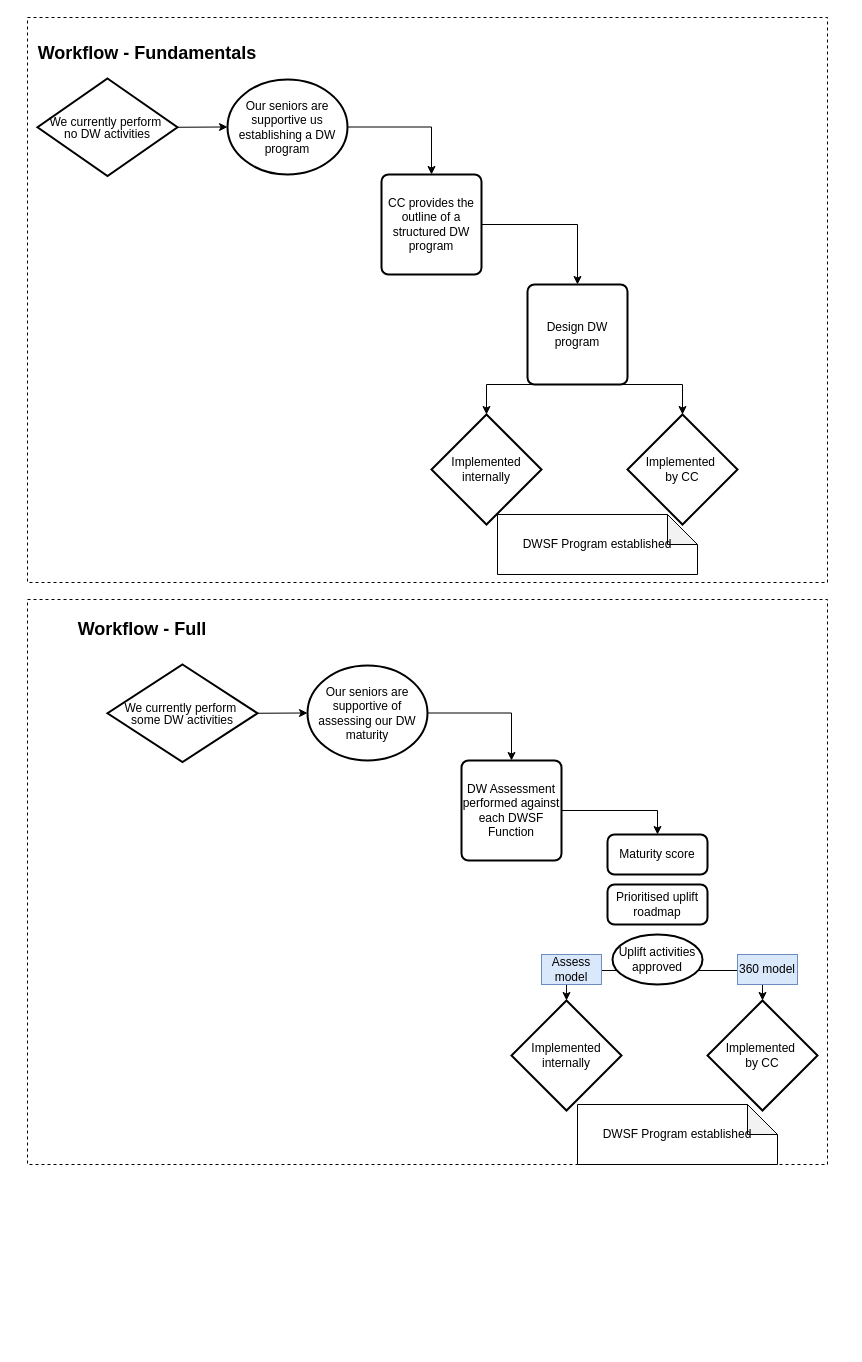
The draw.io diagram Untitled Diagram.drawio in wondarider/DWSF, before the edit. Source tidied: cells renumbered, new cells numbered last; positions are measured from the earlier drawing's top-left corner, leaving out a move shared by most shapes. Both pictures are drawn from the tidied source at 100%, with x=0, y=0 at pixel (17, 17).
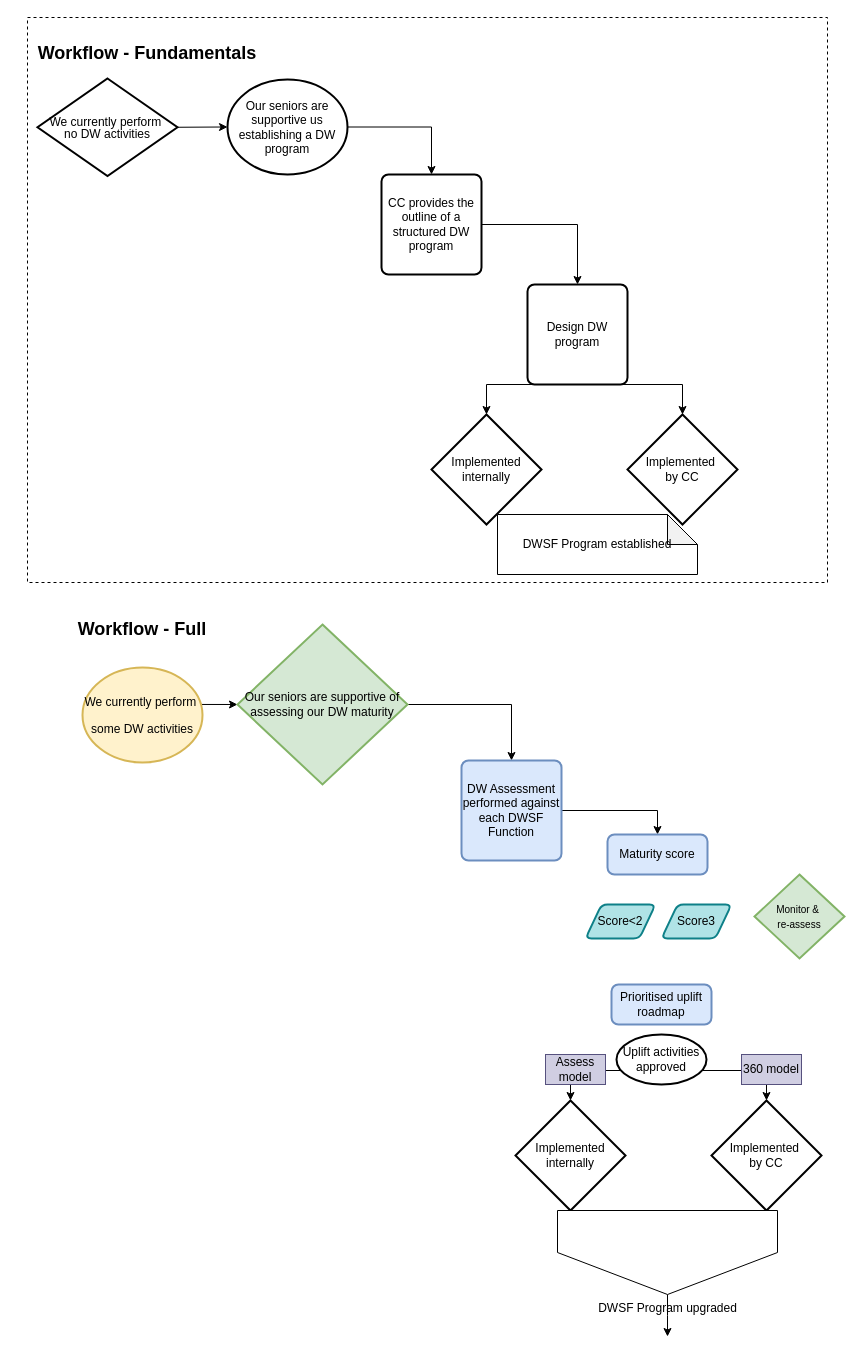
Above is the later version.

Change to the diagram source:
```diff
@@
-    <mxCell id="3" style="rounded=0;whiteSpace=wrap;html=1;fillColor=none;dashed=1;" parent="1" vertex="1">
-      <mxGeometry x="10" y="582" width="800" height="565" as="geometry" />
-    </mxCell>
@@
-    <mxCell id="15" value="&lt;div style=&quot;line-height: 0%;&quot;&gt;&lt;p&gt;&lt;font face=&quot;Graphik&quot;&gt;We currently perform&amp;nbsp;&lt;/font&gt;&lt;/p&gt;&lt;p&gt;&lt;font face=&quot;Graphik&quot;&gt;some DW activities&lt;/font&gt;&lt;/p&gt;&lt;/div&gt;" style="strokeWidth=2;html=1;shape=mxgraph.flowchart.decision;whiteSpace=wrap;" parent="1" vertex="1">
-      <mxGeometry x="90" y="647" width="150" height="97.5" as="geometry" />
-    </mxCell>
-    <mxCell id="16" style="edgeStyle=orthogonalEdgeStyle;rounded=0;jettySize=auto;html=1;exitX=1;exitY=0.5;exitDx=0;exitDy=0;exitPerimeter=0;entryX=0.5;entryY=0;entryDx=0;entryDy=0;" parent="1" edge="1" source="17" target="19">
+    <mxCell id="16" style="edgeStyle=orthogonalEdgeStyle;rounded=0;jettySize=auto;html=1;entryX=0.5;entryY=0;entryDx=0;entryDy=0;" parent="1" edge="1" source="17" target="19">
       <mxGeometry relative="1" as="geometry" />
     </mxCell>
-    <mxCell id="17" value="&lt;p&gt;&lt;font face=&quot;Graphik&quot;&gt;Our seniors are supportive of assessing our DW maturity&lt;/font&gt;&lt;/p&gt;" style="strokeWidth=2;html=1;shape=mxgraph.flowchart.start_1;whiteSpace=wrap;" parent="1" vertex="1">
-      <mxGeometry x="290" y="648" width="120" height="95" as="geometry" />
-    </mxCell>
@@
-    <mxCell id="19" value="&lt;p&gt;&lt;font face=&quot;Graphik&quot;&gt;DW Assessment performed against each DWSF Function&lt;/font&gt;&lt;/p&gt;" style="rounded=1;whiteSpace=wrap;html=1;absoluteArcSize=1;arcSize=14;strokeWidth=2;" parent="1" vertex="1">
+    <mxCell id="19" value="&lt;p&gt;&lt;font face=&quot;Graphik&quot;&gt;DW Assessment performed against each DWSF Function&lt;/font&gt;&lt;/p&gt;" style="rounded=1;whiteSpace=wrap;html=1;absoluteArcSize=1;arcSize=14;strokeWidth=2;fillColor=#dae8fc;strokeColor=#6c8ebf;" parent="1" vertex="1">
       <mxGeometry x="444" y="743" width="100" height="100" as="geometry" />
     </mxCell>
     <mxCell id="20" value="&lt;span style=&quot;caret-color: rgb(0, 0, 0); color: rgb(0, 0, 0); font-size: 12px; font-style: normal; font-variant-caps: normal; font-weight: 400; letter-spacing: normal; text-align: center; text-indent: 0px; text-transform: none; white-space: normal; word-spacing: 0px; -webkit-text-stroke-width: 0px; text-decoration: none; float: none; display: inline !important;&quot;&gt;Implemented internally&lt;/span&gt;" style="strokeWidth=2;html=1;shape=mxgraph.flowchart.decision;whiteSpace=wrap;fontFamily=Graphik;" parent="1" vertex="1">
-      <mxGeometry x="494" y="983" width="110" height="110" as="geometry" />
+      <mxGeometry x="498" y="1083" width="110" height="110" as="geometry" />
     </mxCell>
-    <mxCell id="21" value="&lt;span style=&quot;caret-color: rgb(0, 0, 0); color: rgb(0, 0, 0); font-family: Graphik; font-size: 12px; font-style: normal; font-variant-caps: normal; font-weight: 400; letter-spacing: normal; text-align: center; text-indent: 0px; text-transform: none; white-space: normal; word-spacing: 0px; -webkit-text-stroke-width: 0px; text-decoration: none; float: none; display: inline !important;&quot;&gt;Maturity score&lt;/span&gt;" style="rounded=1;whiteSpace=wrap;html=1;absoluteArcSize=1;arcSize=14;strokeWidth=2;" parent="1" vertex="1">
+    <mxCell id="21" value="&lt;span style=&quot;caret-color: rgb(0, 0, 0); color: rgb(0, 0, 0); font-family: Graphik; font-size: 12px; font-style: normal; font-variant-caps: normal; font-weight: 400; letter-spacing: normal; text-align: center; text-indent: 0px; text-transform: none; white-space: normal; word-spacing: 0px; -webkit-text-stroke-width: 0px; text-decoration: none; float: none; display: inline !important;&quot;&gt;Maturity score&lt;/span&gt;" style="rounded=1;whiteSpace=wrap;html=1;absoluteArcSize=1;arcSize=14;strokeWidth=2;fillColor=#dae8fc;strokeColor=#6c8ebf;" parent="1" vertex="1">
       <mxGeometry x="590" y="817" width="100" height="40" as="geometry" />
     </mxCell>
     <mxCell id="22" value="&lt;span style=&quot;caret-color: rgb(0, 0, 0); color: rgb(0, 0, 0); font-size: 12px; font-style: normal; font-variant-caps: normal; font-weight: 400; letter-spacing: normal; text-align: center; text-indent: 0px; text-transform: none; white-space: normal; word-spacing: 0px; -webkit-text-stroke-width: 0px; text-decoration: none; float: none; display: inline !important;&quot;&gt;Implemented&amp;nbsp;&lt;/span&gt;&lt;div&gt;&lt;span style=&quot;caret-color: rgb(0, 0, 0); color: rgb(0, 0, 0); font-size: 12px; font-style: normal; font-variant-caps: normal; font-weight: 400; letter-spacing: normal; text-align: center; text-indent: 0px; text-transform: none; white-space: normal; word-spacing: 0px; -webkit-text-stroke-width: 0px; text-decoration: none; float: none; display: inline !important;&quot;&gt;by CC&lt;/span&gt;&lt;/div&gt;" style="strokeWidth=2;html=1;shape=mxgraph.flowchart.decision;whiteSpace=wrap;fontFamily=Graphik;" parent="1" vertex="1">
-      <mxGeometry x="690" y="983" width="110" height="110" as="geometry" />
+      <mxGeometry x="694" y="1083" width="110" height="110" as="geometry" />
     </mxCell>
-    <mxCell id="23" style="edgeStyle=none;rounded=0;jettySize=auto;html=1;exitX=1;exitY=0.5;exitDx=0;exitDy=0;exitPerimeter=0;entryX=0;entryY=0.5;entryDx=0;entryDy=0;entryPerimeter=0;" parent="1" edge="1" source="15" target="17">
+    <mxCell id="23" style="edgeStyle=none;rounded=0;jettySize=auto;html=1;exitX=0.983;exitY=0.389;exitDx=0;exitDy=0;exitPerimeter=0;entryX=0;entryY=0.5;entryDx=0;entryDy=0;entryPerimeter=0;" parent="1" edge="1" source="15" target="17">
       <mxGeometry relative="1" as="geometry" />
     </mxCell>
     <mxCell id="24" style="edgeStyle=orthogonalEdgeStyle;rounded=0;jettySize=auto;html=1;exitX=0.5;exitY=0;exitDx=0;exitDy=0;entryX=0.5;entryY=0;entryDx=0;entryDy=0;entryPerimeter=0;exitPerimeter=0;startArrow=classic;startFill=1;" parent="1" edge="1" source="28" target="20">
       <mxGeometry relative="1" as="geometry">
         <Array as="points">
-          <mxPoint x="549" y="953" />
+          <mxPoint x="553" y="1053" />
         </Array>
       </mxGeometry>
     </mxCell>
@@
-    <mxCell id="26" value="&lt;span style=&quot;caret-color: rgb(0, 0, 0); color: rgb(0, 0, 0); font-family: Graphik; font-size: 12px; font-style: normal; font-variant-caps: normal; font-weight: 400; letter-spacing: normal; text-align: center; text-indent: 0px; text-transform: none; white-space: normal; word-spacing: 0px; -webkit-text-stroke-width: 0px; text-decoration: none; float: none; display: inline !important;&quot;&gt;Prioritised uplift roadmap&lt;/span&gt;" style="rounded=1;whiteSpace=wrap;html=1;absoluteArcSize=1;arcSize=14;strokeWidth=2;" parent="1" vertex="1">
-      <mxGeometry x="590" y="867" width="100" height="40" as="geometry" />
+    <mxCell id="26" value="&lt;span style=&quot;caret-color: rgb(0, 0, 0); color: rgb(0, 0, 0); font-family: Graphik; font-size: 12px; font-style: normal; font-variant-caps: normal; font-weight: 400; letter-spacing: normal; text-align: center; text-indent: 0px; text-transform: none; white-space: normal; word-spacing: 0px; -webkit-text-stroke-width: 0px; text-decoration: none; float: none; display: inline !important;&quot;&gt;Prioritised uplift roadmap&lt;/span&gt;" style="rounded=1;whiteSpace=wrap;html=1;absoluteArcSize=1;arcSize=14;strokeWidth=2;fillColor=#dae8fc;strokeColor=#6c8ebf;" parent="1" vertex="1">
+      <mxGeometry x="594" y="967" width="100" height="40" as="geometry" />
     </mxCell>
     <mxCell id="27" style="edgeStyle=orthogonalEdgeStyle;rounded=0;jettySize=auto;html=1;exitX=0.5;exitY=0;exitDx=0;exitDy=0;entryX=0.5;entryY=0;entryDx=0;entryDy=0;entryPerimeter=0;exitPerimeter=0;startArrow=classic;startFill=1;" parent="1" edge="1" source="22" target="28">
       <mxGeometry relative="1" as="geometry">
         <Array as="points">
-          <mxPoint x="745" y="953" />
+          <mxPoint x="749" y="1053" />
         </Array>
       </mxGeometry>
     </mxCell>
     <mxCell id="28" value="&lt;p&gt;&lt;font face=&quot;Graphik&quot;&gt;Uplift activities approved&lt;/font&gt;&lt;/p&gt;" style="strokeWidth=2;html=1;shape=mxgraph.flowchart.start_1;whiteSpace=wrap;" parent="1" vertex="1">
-      <mxGeometry x="595" y="917" width="90" height="50" as="geometry" />
+      <mxGeometry x="599" y="1017" width="90" height="50" as="geometry" />
     </mxCell>
@@
-    <mxCell id="30" value="&lt;p&gt;&lt;font face=&quot;Graphik&quot;&gt;DWSF Program established&lt;/font&gt;&lt;/p&gt;" style="shape=note;whiteSpace=wrap;html=1;backgroundOutline=1;darkOpacity=0.05;" parent="1" vertex="1">
-      <mxGeometry x="560" y="1087" width="200" height="60" as="geometry" />
-    </mxCell>
-    <mxCell id="31" value="&lt;p&gt;&lt;font face=&quot;Graphik&quot;&gt;Assess model&lt;/font&gt;&lt;/p&gt;" style="text;html=1;whiteSpace=wrap;strokeColor=#6c8ebf;fillColor=#dae8fc;align=center;verticalAlign=middle;rounded=0;" parent="1" vertex="1">
-      <mxGeometry x="524" y="937" width="60" height="30" as="geometry" />
+    <mxCell id="31" value="&lt;p&gt;&lt;font face=&quot;Graphik&quot;&gt;Assess model&lt;/font&gt;&lt;/p&gt;" style="text;html=1;whiteSpace=wrap;strokeColor=#56517e;fillColor=#d0cee2;align=center;verticalAlign=middle;rounded=0;" parent="1" vertex="1">
+      <mxGeometry x="528" y="1037" width="60" height="30" as="geometry" />
     </mxCell>
-    <mxCell id="32" value="&lt;p&gt;&lt;font face=&quot;Graphik&quot;&gt;360 model&lt;/font&gt;&lt;/p&gt;" style="text;html=1;whiteSpace=wrap;strokeColor=#6c8ebf;fillColor=#dae8fc;align=center;verticalAlign=middle;rounded=0;" parent="1" vertex="1">
-      <mxGeometry x="720" y="937" width="60" height="30" as="geometry" />
+    <mxCell id="32" value="&lt;p&gt;&lt;font face=&quot;Graphik&quot;&gt;360 model&lt;/font&gt;&lt;/p&gt;" style="text;html=1;whiteSpace=wrap;strokeColor=#56517e;fillColor=#d0cee2;align=center;verticalAlign=middle;rounded=0;" parent="1" vertex="1">
+      <mxGeometry x="724" y="1037" width="60" height="30" as="geometry" />
     </mxCell>
+    <mxCell id="33" value="&lt;font face=&quot;Graphik&quot;&gt;Score3&lt;/font&gt;" style="shape=parallelogram;html=1;strokeWidth=2;perimeter=parallelogramPerimeter;whiteSpace=wrap;rounded=1;arcSize=12;size=0.23;fillColor=#b0e3e6;strokeColor=#0e8088;" parent="1" vertex="1">
+      <mxGeometry x="644" y="887" width="70" height="34" as="geometry" />
+    </mxCell>
+    <mxCell id="34" value="&lt;font face=&quot;Graphik&quot; style=&quot;font-size: 10px;&quot;&gt;Monitor &amp;amp;&amp;nbsp;&lt;/font&gt;&lt;div&gt;&lt;font face=&quot;Graphik&quot; style=&quot;font-size: 10px;&quot;&gt;re-assess&lt;/font&gt;&lt;/div&gt;" style="strokeWidth=2;html=1;shape=mxgraph.flowchart.decision;whiteSpace=wrap;fillColor=#d5e8d4;strokeColor=#82b366;" parent="1" vertex="1">
+      <mxGeometry x="737" y="857" width="90" height="84" as="geometry" />
+    </mxCell>
+    <mxCell id="35" value="&lt;font face=&quot;Graphik&quot;&gt;Score&amp;lt;2&lt;/font&gt;" style="shape=parallelogram;html=1;strokeWidth=2;perimeter=parallelogramPerimeter;whiteSpace=wrap;rounded=1;arcSize=12;size=0.23;fillColor=#b0e3e6;strokeColor=#0e8088;" parent="1" vertex="1">
+      <mxGeometry x="568" y="887" width="70" height="34" as="geometry" />
+    </mxCell>
+    <mxCell id="15" value="&lt;p&gt;&lt;font face=&quot;Graphik&quot;&gt;We currently perform&amp;nbsp;&lt;/font&gt;&lt;/p&gt;&lt;p&gt;&lt;font face=&quot;Graphik&quot;&gt;some DW activities&lt;/font&gt;&lt;/p&gt;" style="strokeWidth=2;html=1;shape=mxgraph.flowchart.start_1;whiteSpace=wrap;fillColor=#fff2cc;strokeColor=#d6b656;" parent="1" vertex="1">
+      <mxGeometry x="65" y="650" width="120" height="95" as="geometry" />
+    </mxCell>
+    <mxCell id="17" value="&lt;span style=&quot;font-family: Graphik;&quot;&gt;Our seniors are supportive of assessing our DW maturity&lt;/span&gt;" style="strokeWidth=2;html=1;shape=mxgraph.flowchart.decision;whiteSpace=wrap;fillColor=#d5e8d4;strokeColor=#82b366;" parent="1" vertex="1">
+      <mxGeometry x="220" y="607" width="170" height="160" as="geometry" />
+    </mxCell>
+    <mxCell id="36" style="edgeStyle=orthogonalEdgeStyle;rounded=0;jettySize=auto;html=1;" parent="1" edge="1" source="37">
+      <mxGeometry relative="1" as="geometry">
+        <mxPoint x="650" y="1319" as="targetPoint" />
+      </mxGeometry>
+    </mxCell>
+    <mxCell id="37" value="DWSF Program upgraded" style="verticalLabelPosition=bottom;verticalAlign=top;html=1;shape=offPageConnector;rounded=0;size=0.5;" parent="1" vertex="1">
+      <mxGeometry x="540" y="1193" width="220" height="84" as="geometry" />
+    </mxCell>
```
